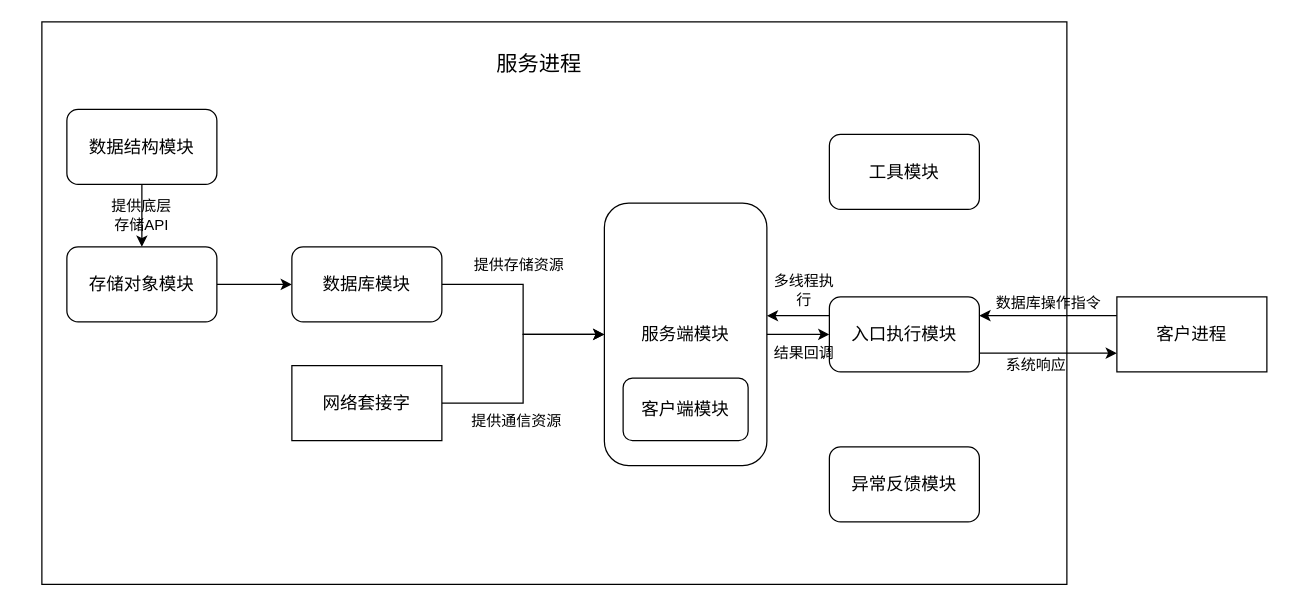
Xuuuuuuuuuuuu/pic-repo keeps this draw.io diagram as diagram-net/毕业设计架构图.drawio. Above is the earlier version. Source tidied: cells renumbered, new cells numbered last; positions are measured from the earlier drawing's top-left corner, leaving out a move shared by most shapes. Both pictures are drawn from the tidied source at 125%, with x=0, y=0 at pixel (41, 21).
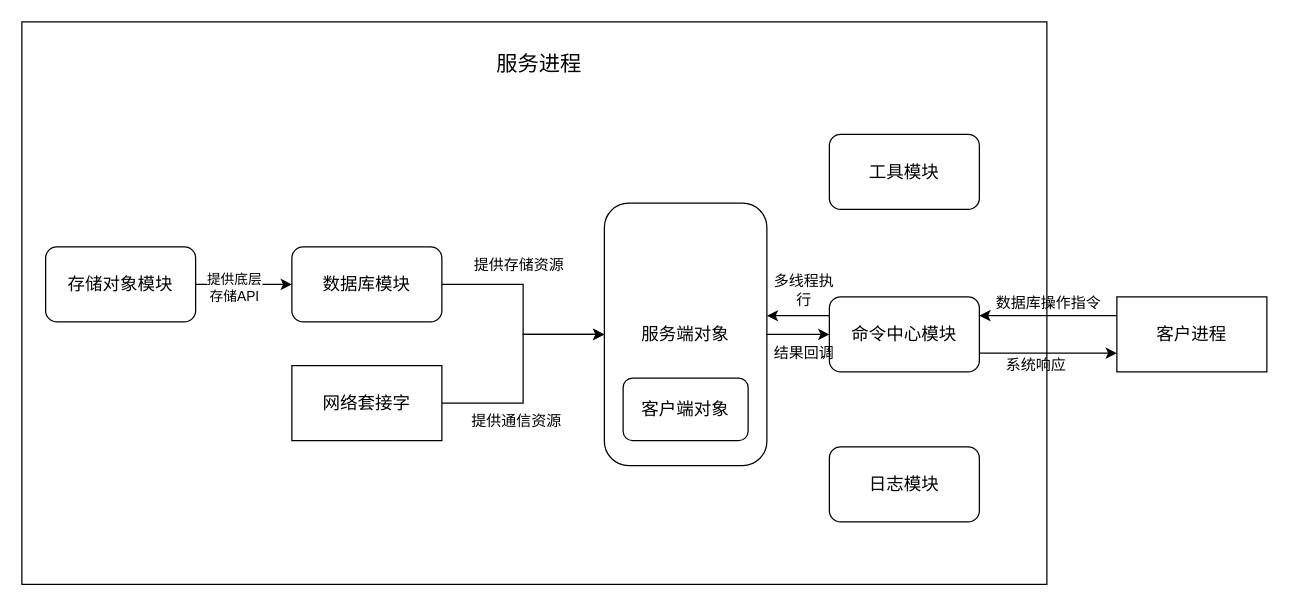
The same page after the edit.

Commit message:
更新毕业设计架构图.drawio

Unchanged cells that the change refers to:
```xml
<mxCell id="5" style="edgeStyle=orthogonalEdgeStyle;rounded=0;jettySize=auto;html=1;exitX=1;exitY=0.5;exitDx=0;exitDy=0;entryX=0;entryY=0.5;entryDx=0;entryDy=0;" parent="1" edge="1" source="6" target="8">
  <mxGeometry relative="1" as="geometry" />
</mxCell>
```

The edit, as a diff of the source:
```diff
@@
     <mxCell id="2" style="rounded=0;whiteSpace=wrap;html=1;" parent="1" vertex="1">
-      <mxGeometry width="820" height="450" as="geometry" />
+      <mxGeometry x="-16" width="820" height="450" as="geometry" />
     </mxCell>
-    <mxCell id="3" style="edgeStyle=orthogonalEdgeStyle;rounded=0;jettySize=auto;html=1;exitX=0.5;exitY=1;exitDx=0;exitDy=0;" parent="1" edge="1" source="4">
-      <mxGeometry relative="1" as="geometry">
-        <mxPoint x="80" y="180" as="targetPoint" />
-      </mxGeometry>
-    </mxCell>
-    <mxCell id="4" value="数据结构模块" style="rounded=1;whiteSpace=wrap;html=1;fontSize=14;" parent="1" vertex="1">
-      <mxGeometry x="20" y="70" width="120" height="60" as="geometry" />
-    </mxCell>
@@
+    <mxCell id="29" value="提供底层&lt;br&gt;存储API" style="edgeLabel;html=1;align=center;verticalAlign=middle;" parent="5" vertex="1">
+      <mxGeometry x="-0.23" y="-2" relative="1" as="geometry" />
+    </mxCell>
     <mxCell id="6" value="存储对象模块" style="rounded=1;whiteSpace=wrap;html=1;fontSize=14;" parent="1" vertex="1">
-      <mxGeometry x="20" y="180" width="120" height="60" as="geometry" />
+      <mxGeometry x="3" y="180" width="120" height="60" as="geometry" />
     </mxCell>
@@
-    <mxCell id="9" value="服务端模块" style="rounded=1;whiteSpace=wrap;html=1;fontSize=14;" parent="1" vertex="1">
+    <mxCell id="9" value="服务端对象" style="rounded=1;whiteSpace=wrap;html=1;fontSize=14;" parent="1" vertex="1">
       <mxGeometry x="450" y="145" width="130" height="210" as="geometry" />
     </mxCell>
-    <mxCell id="10" value="客户端模块" style="rounded=1;whiteSpace=wrap;html=1;fontSize=14;" parent="1" vertex="1">
+    <mxCell id="10" value="客户端对象" style="rounded=1;whiteSpace=wrap;html=1;fontSize=14;" parent="1" vertex="1">
       <mxGeometry x="465" y="285" width="100" height="50" as="geometry" />
     </mxCell>
@@
-    <mxCell id="15" value="入口执行模块" style="rounded=1;whiteSpace=wrap;html=1;fontSize=14;" parent="1" vertex="1">
+    <mxCell id="15" value="命令中心模块" style="rounded=1;whiteSpace=wrap;html=1;fontSize=14;" parent="1" vertex="1">
       <mxGeometry x="630" y="220" width="120" height="60" as="geometry" />
     </mxCell>
@@
-    <mxCell id="21" value="异常反馈模块" style="rounded=1;whiteSpace=wrap;html=1;fontSize=14;" parent="1" vertex="1">
+    <mxCell id="21" value="日志模块" style="rounded=1;whiteSpace=wrap;html=1;fontSize=14;" parent="1" vertex="1">
       <mxGeometry x="630" y="340" width="120" height="60" as="geometry" />
     </mxCell>
@@
-    <mxCell id="27" value="提供底层存储API" style="text;html=1;strokeColor=none;fillColor=none;align=center;verticalAlign=middle;whiteSpace=wrap;rounded=0;" parent="1" vertex="1">
-      <mxGeometry x="50" y="140" width="60" height="30" as="geometry" />
-    </mxCell>
```
